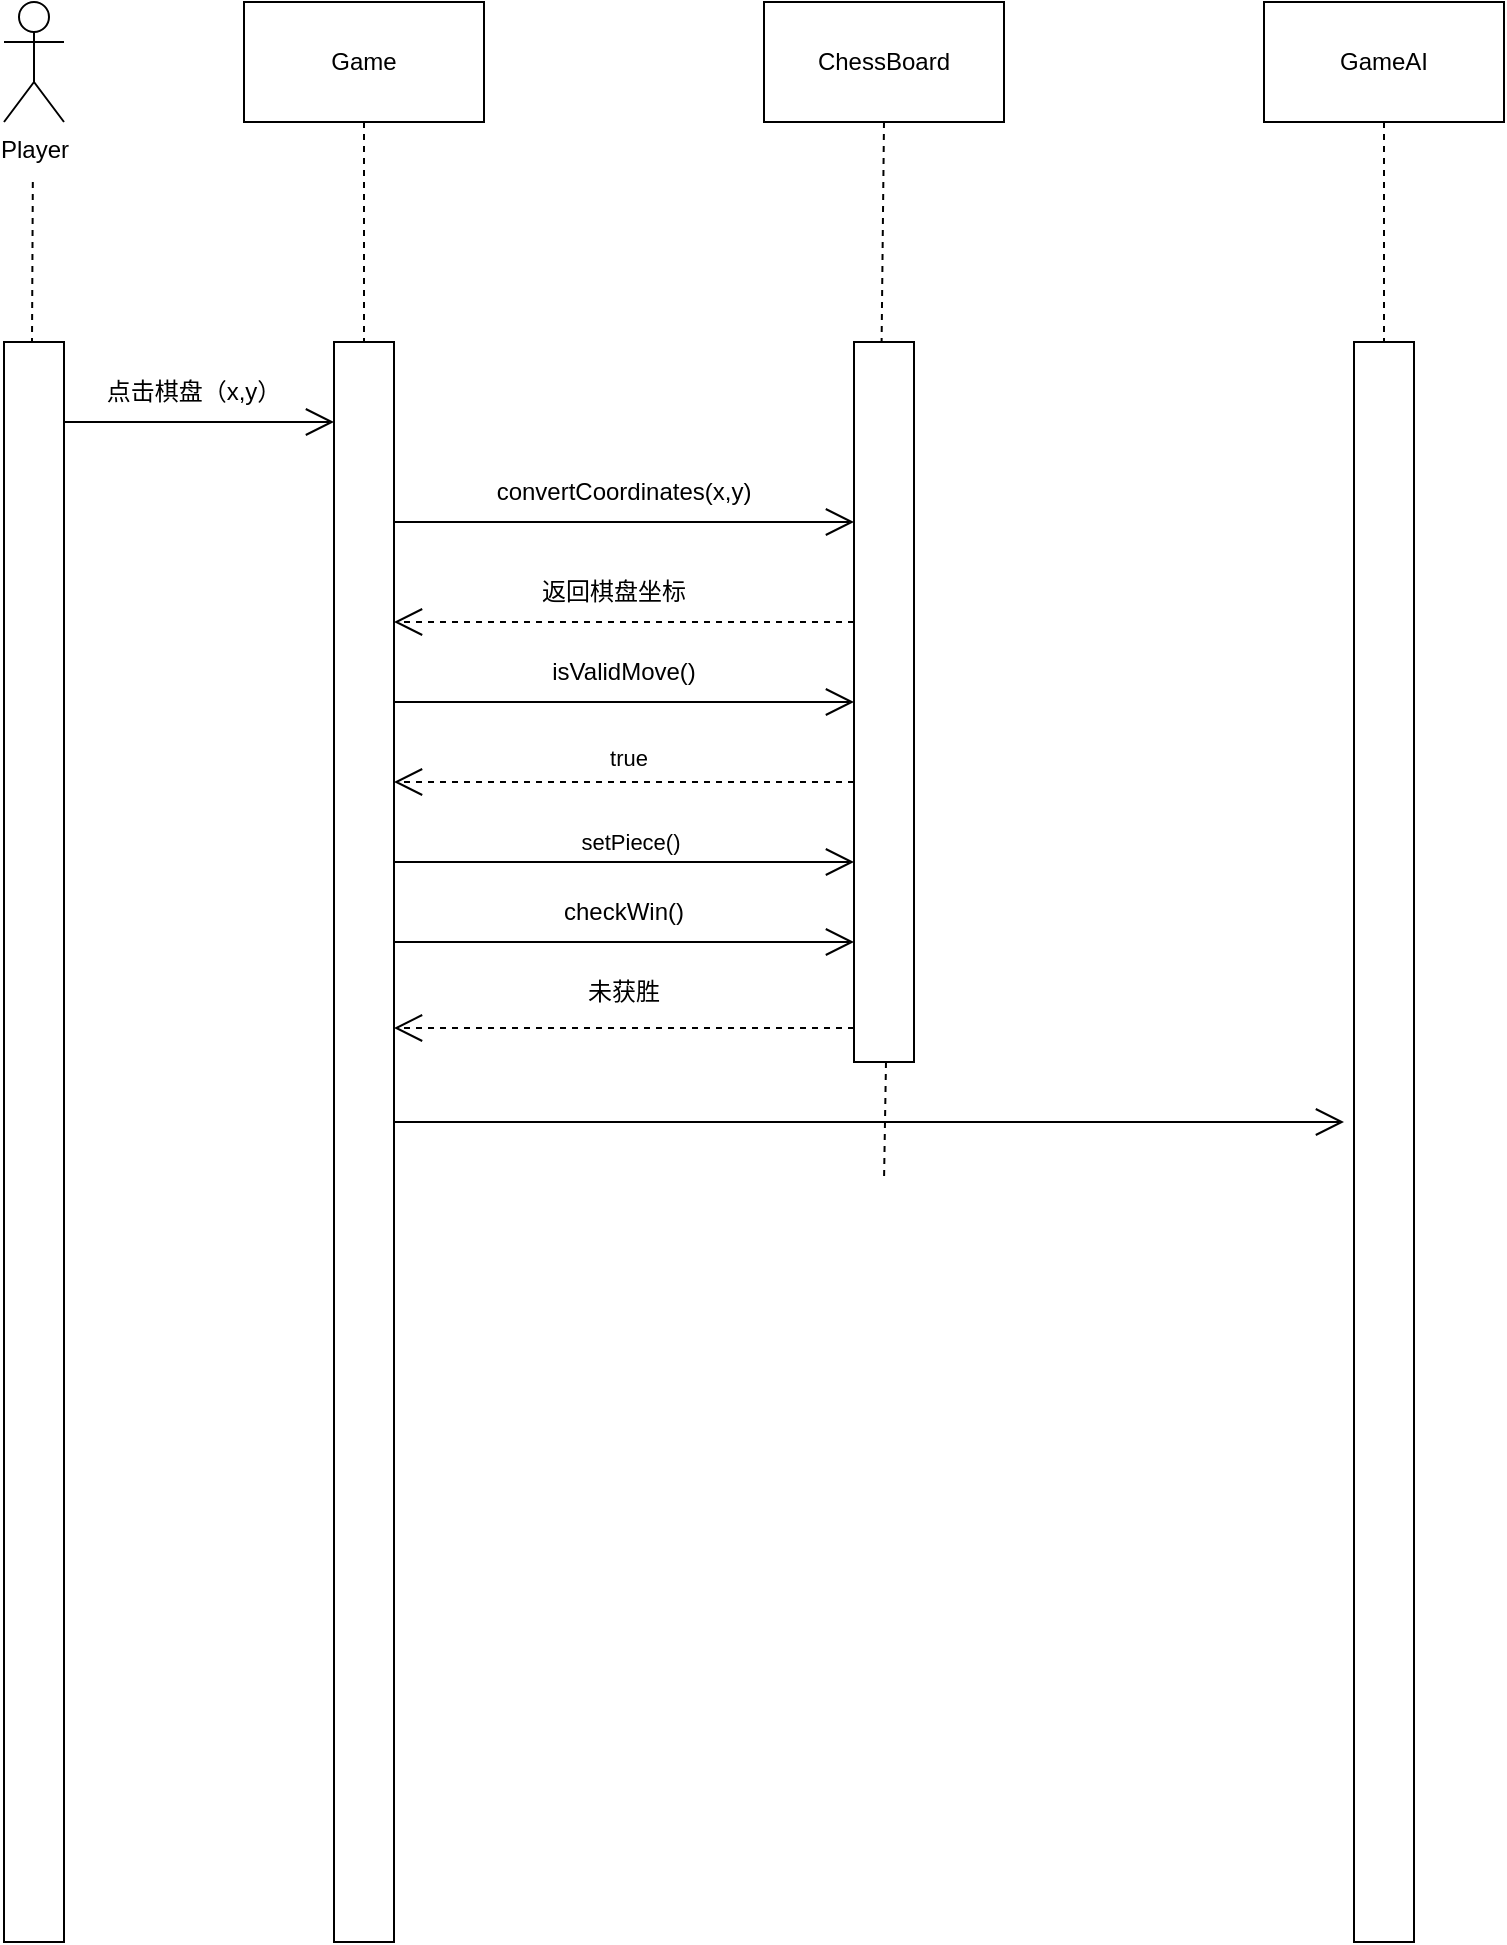
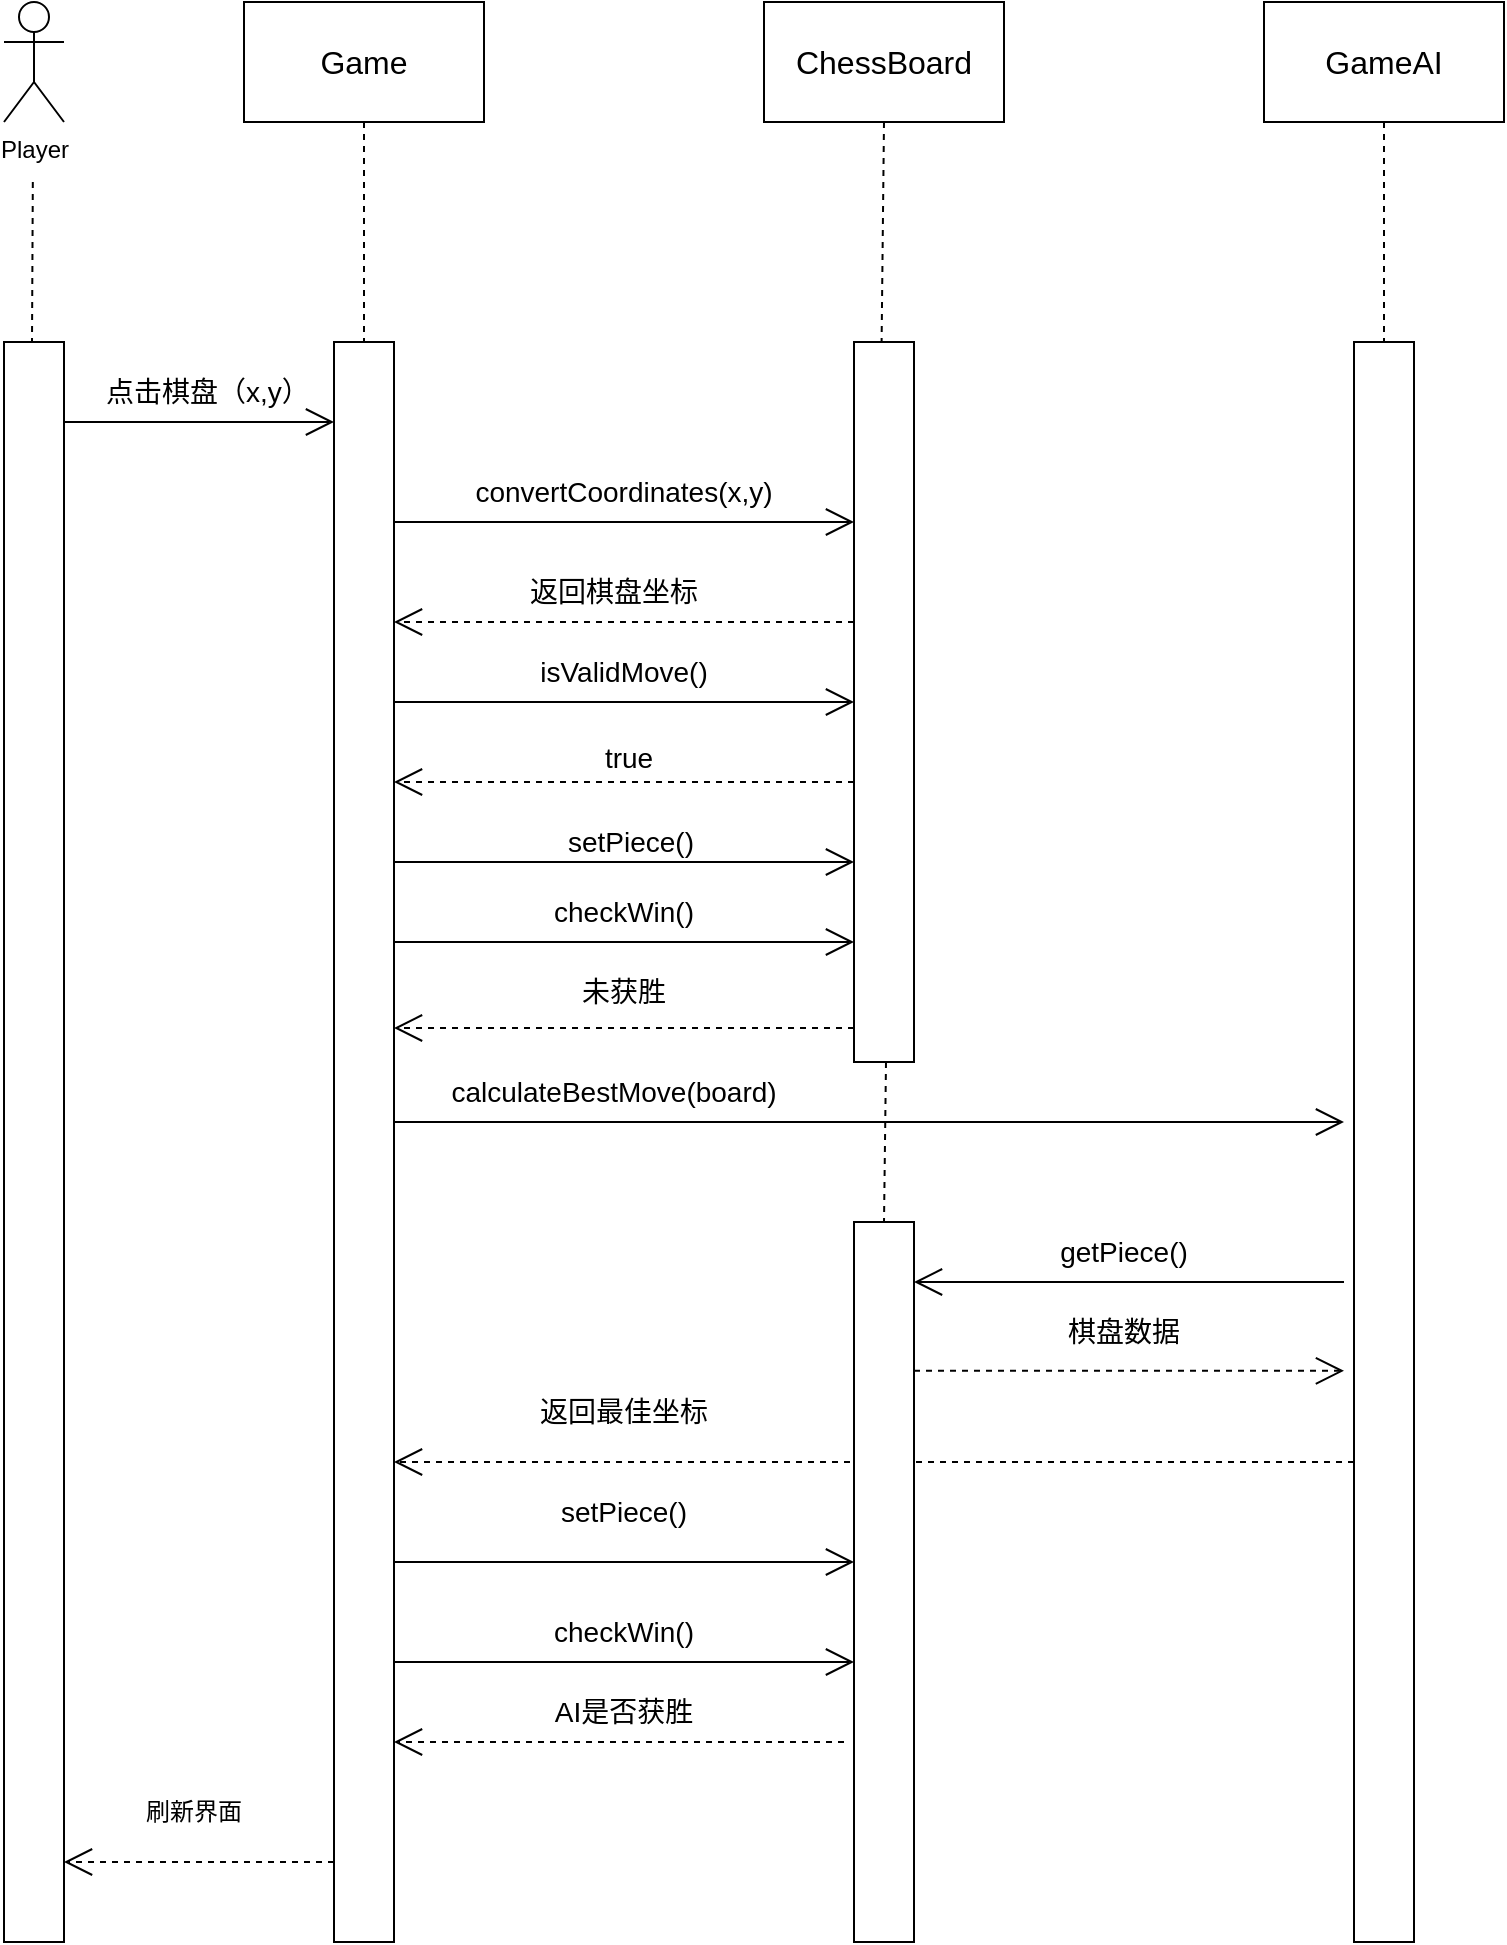
<mxfile host="app.diagrams.net">
  <diagram name="Page-1" id="kKMarLblDcrT6gQCJawM">
-     <mxGraphModel dx="781" dy="1001" grid="1" gridSize="10" guides="1" tooltips="1" connect="1" arrows="1" fold="1" page="1" pageScale="1" pageWidth="827" pageHeight="1169" math="0" shadow="0">
+     <mxGraphModel dx="2000" dy="1322" grid="1" gridSize="10" guides="1" tooltips="1" connect="1" arrows="1" fold="1" page="1" pageScale="1" pageWidth="827" pageHeight="1169" math="0" shadow="0">
      <root>
        <mxCell id="0" />
        <mxCell id="1" parent="0" />
        <mxCell id="A4d9iP-lqMaDSgrmfRq9-1" parent="1" style="shape=umlActor;verticalLabelPosition=bottom;verticalAlign=top;html=1;outlineConnect=0;" value="Player" vertex="1">
          <mxGeometry height="60" width="30" x="30" y="70" as="geometry" />
        </mxCell>
        <mxCell id="EVWPpj86dA3LpDgkbvtX-5" edge="1" parent="1" source="A4d9iP-lqMaDSgrmfRq9-6" style="rounded=0;orthogonalLoop=1;jettySize=auto;html=1;exitX=0.5;exitY=1;exitDx=0;exitDy=0;dashed=1;endArrow=none;endFill=0;" target="EVWPpj86dA3LpDgkbvtX-2">
          <mxGeometry relative="1" as="geometry">
            <mxPoint x="209.58823529411768" y="280" as="targetPoint" />
          </mxGeometry>
        </mxCell>
-         <mxCell id="A4d9iP-lqMaDSgrmfRq9-6" parent="1" style="rounded=0;whiteSpace=wrap;html=1;" value="Game" vertex="1">
+         <mxCell id="A4d9iP-lqMaDSgrmfRq9-6" parent="1" style="rounded=0;whiteSpace=wrap;html=1;" value="&lt;font style=&quot;font-size: 16px;&quot;&gt;Game&lt;/font&gt;" vertex="1">
          <mxGeometry height="60" width="120" x="150" y="70" as="geometry" />
        </mxCell>
-         <mxCell id="A4d9iP-lqMaDSgrmfRq9-7" parent="1" style="rounded=0;whiteSpace=wrap;html=1;" value="ChessBoard" vertex="1">
+         <mxCell id="A4d9iP-lqMaDSgrmfRq9-7" parent="1" style="rounded=0;whiteSpace=wrap;html=1;" value="&lt;font style=&quot;font-size: 16px;&quot;&gt;ChessBoard&lt;/font&gt;" vertex="1">
          <mxGeometry height="60" width="120" x="410" y="70" as="geometry" />
        </mxCell>
        <mxCell id="EVWPpj86dA3LpDgkbvtX-8" edge="1" parent="1" source="A4d9iP-lqMaDSgrmfRq9-8" style="rounded=0;orthogonalLoop=1;jettySize=auto;html=1;exitX=0.5;exitY=1;exitDx=0;exitDy=0;dashed=1;endArrow=none;endFill=0;" target="EVWPpj86dA3LpDgkbvtX-4">
          <mxGeometry relative="1" as="geometry">
            <mxPoint x="720.1764705882354" y="230" as="targetPoint" />
          </mxGeometry>
        </mxCell>
-         <mxCell id="A4d9iP-lqMaDSgrmfRq9-8" parent="1" style="rounded=0;whiteSpace=wrap;html=1;" value="GameAI" vertex="1">
+         <mxCell id="A4d9iP-lqMaDSgrmfRq9-8" parent="1" style="rounded=0;whiteSpace=wrap;html=1;" value="&lt;font style=&quot;font-size: 16px;&quot;&gt;GameAI&lt;/font&gt;" vertex="1">
          <mxGeometry height="60" width="120" x="660" y="70" as="geometry" />
        </mxCell>
        <mxCell id="EVWPpj86dA3LpDgkbvtX-1" parent="1" style="html=1;points=[[0,0,0,0,5],[0,1,0,0,-5],[1,0,0,0,5],[1,1,0,0,-5]];perimeter=orthogonalPerimeter;outlineConnect=0;targetShapes=umlLifeline;portConstraint=eastwest;newEdgeStyle={&quot;curved&quot;:0,&quot;rounded&quot;:0};" value="" vertex="1">
          <mxGeometry height="800" width="30" x="30" y="240" as="geometry" />
        </mxCell>
        <mxCell id="EVWPpj86dA3LpDgkbvtX-2" parent="1" style="html=1;points=[[0,0,0,0,5],[0,1,0,0,-5],[1,0,0,0,5],[1,1,0,0,-5]];perimeter=orthogonalPerimeter;outlineConnect=0;targetShapes=umlLifeline;portConstraint=eastwest;newEdgeStyle={&quot;curved&quot;:0,&quot;rounded&quot;:0};" value="" vertex="1">
          <mxGeometry height="800" width="30" x="195" y="240" as="geometry" />
        </mxCell>
        <mxCell id="EVWPpj86dA3LpDgkbvtX-3" parent="1" style="html=1;points=[[0,0,0,0,5],[0,1,0,0,-5],[1,0,0,0,5],[1,1,0,0,-5]];perimeter=orthogonalPerimeter;outlineConnect=0;targetShapes=umlLifeline;portConstraint=eastwest;newEdgeStyle={&quot;curved&quot;:0,&quot;rounded&quot;:0};" value="" vertex="1">
          <mxGeometry height="360" width="30" x="455" y="240" as="geometry" />
        </mxCell>
        <mxCell id="EVWPpj86dA3LpDgkbvtX-4" parent="1" style="html=1;points=[[0,0,0,0,5],[0,1,0,0,-5],[1,0,0,0,5],[1,1,0,0,-5]];perimeter=orthogonalPerimeter;outlineConnect=0;targetShapes=umlLifeline;portConstraint=eastwest;newEdgeStyle={&quot;curved&quot;:0,&quot;rounded&quot;:0};" value="" vertex="1">
          <mxGeometry height="800" width="30" x="705" y="240" as="geometry" />
        </mxCell>
        <mxCell id="EVWPpj86dA3LpDgkbvtX-7" edge="1" parent="1" source="A4d9iP-lqMaDSgrmfRq9-7" style="rounded=0;orthogonalLoop=1;jettySize=auto;html=1;exitX=0.5;exitY=1;exitDx=0;exitDy=0;entryX=0.46;entryY=0;entryDx=0;entryDy=0;entryPerimeter=0;dashed=1;endArrow=none;endFill=0;" target="EVWPpj86dA3LpDgkbvtX-3">
          <mxGeometry relative="1" as="geometry" />
        </mxCell>
        <mxCell id="EVWPpj86dA3LpDgkbvtX-10" edge="1" parent="1" style="rounded=0;orthogonalLoop=1;jettySize=auto;html=1;exitX=0.5;exitY=1;exitDx=0;exitDy=0;dashed=1;endArrow=none;endFill=0;">
          <mxGeometry relative="1" as="geometry">
            <mxPoint x="44.41" y="160" as="sourcePoint" />
            <mxPoint x="44" y="240" as="targetPoint" />
          </mxGeometry>
        </mxCell>
        <mxCell id="EVWPpj86dA3LpDgkbvtX-11" edge="1" parent="1" style="endArrow=open;endFill=1;endSize=12;html=1;rounded=0;" target="EVWPpj86dA3LpDgkbvtX-2" value="">
          <mxGeometry relative="1" width="160" as="geometry">
            <mxPoint x="60" y="280" as="sourcePoint" />
            <mxPoint x="190" y="280" as="targetPoint" />
          </mxGeometry>
        </mxCell>
-         <mxCell id="EVWPpj86dA3LpDgkbvtX-12" parent="1" style="text;html=1;whiteSpace=wrap;strokeColor=none;fillColor=none;align=center;verticalAlign=middle;rounded=0;" value="点击棋盘（x,y）" vertex="1">
-           <mxGeometry height="30" width="90" x="80" y="250" as="geometry" />
+         <mxCell id="EVWPpj86dA3LpDgkbvtX-12" parent="1" style="text;html=1;whiteSpace=wrap;strokeColor=none;fillColor=none;align=center;verticalAlign=middle;rounded=0;" value="&lt;font style=&quot;font-size: 14px;&quot;&gt;点击棋盘（x,y）&lt;/font&gt;" vertex="1">
+           <mxGeometry height="30" width="100" x="80" y="250" as="geometry" />
        </mxCell>
        <mxCell id="EVWPpj86dA3LpDgkbvtX-13" edge="1" parent="1" style="endArrow=open;endFill=1;endSize=12;html=1;rounded=0;" target="EVWPpj86dA3LpDgkbvtX-3" value="">
          <mxGeometry relative="1" width="160" as="geometry">
            <mxPoint x="225" y="330" as="sourcePoint" />
            <mxPoint x="355" y="330" as="targetPoint" />
          </mxGeometry>
        </mxCell>
-         <mxCell id="EVWPpj86dA3LpDgkbvtX-14" parent="1" style="text;html=1;whiteSpace=wrap;strokeColor=none;fillColor=none;align=center;verticalAlign=middle;rounded=0;" value="convertCoordinates(x,y)" vertex="1">
+         <mxCell id="EVWPpj86dA3LpDgkbvtX-14" parent="1" style="text;html=1;whiteSpace=wrap;strokeColor=none;fillColor=none;align=center;verticalAlign=middle;rounded=0;" value="&lt;font style=&quot;font-size: 14px;&quot;&gt;convertCoordinates(x,y)&lt;/font&gt;" vertex="1">
          <mxGeometry height="30" width="100" x="290" y="300" as="geometry" />
        </mxCell>
        <mxCell id="EVWPpj86dA3LpDgkbvtX-15" edge="1" parent="1" style="endArrow=open;endFill=1;endSize=12;html=1;rounded=0;dashed=1;" value="">
          <mxGeometry relative="1" width="160" as="geometry">
            <mxPoint x="455" y="380" as="sourcePoint" />
            <mxPoint x="225" y="380" as="targetPoint" />
          </mxGeometry>
        </mxCell>
-         <mxCell id="EVWPpj86dA3LpDgkbvtX-16" parent="1" style="text;html=1;whiteSpace=wrap;strokeColor=none;fillColor=none;align=center;verticalAlign=middle;rounded=0;" value="返回棋盘坐标" vertex="1">
+         <mxCell id="EVWPpj86dA3LpDgkbvtX-16" parent="1" style="text;html=1;whiteSpace=wrap;strokeColor=none;fillColor=none;align=center;verticalAlign=middle;rounded=0;" value="&lt;font style=&quot;font-size: 14px;&quot;&gt;返回棋盘坐标&lt;/font&gt;" vertex="1">
          <mxGeometry height="30" width="90" x="290" y="350" as="geometry" />
        </mxCell>
        <mxCell id="EVWPpj86dA3LpDgkbvtX-18" edge="1" parent="1" style="endArrow=open;endFill=1;endSize=12;html=1;rounded=0;" value="">
          <mxGeometry relative="1" width="160" as="geometry">
            <mxPoint x="225" y="420" as="sourcePoint" />
            <mxPoint x="455" y="420" as="targetPoint" />
          </mxGeometry>
        </mxCell>
-         <mxCell id="EVWPpj86dA3LpDgkbvtX-19" parent="1" style="text;html=1;whiteSpace=wrap;strokeColor=none;fillColor=none;align=center;verticalAlign=middle;rounded=0;" value="isValidMove()" vertex="1">
+         <mxCell id="EVWPpj86dA3LpDgkbvtX-19" parent="1" style="text;html=1;whiteSpace=wrap;strokeColor=none;fillColor=none;align=center;verticalAlign=middle;rounded=0;" value="&lt;font style=&quot;font-size: 14px;&quot;&gt;isValidMove()&lt;/font&gt;" vertex="1">
          <mxGeometry height="30" width="60" x="310" y="390" as="geometry" />
        </mxCell>
        <mxCell id="EVWPpj86dA3LpDgkbvtX-20" edge="1" parent="1" style="endArrow=open;endFill=1;endSize=12;html=1;rounded=0;dashed=1;" value="">
          <mxGeometry relative="1" width="160" as="geometry">
            <mxPoint x="455" y="460" as="sourcePoint" />
            <mxPoint x="225" y="460" as="targetPoint" />
          </mxGeometry>
        </mxCell>
-         <mxCell id="EVWPpj86dA3LpDgkbvtX-21" connectable="0" parent="EVWPpj86dA3LpDgkbvtX-20" style="edgeLabel;html=1;align=center;verticalAlign=middle;resizable=0;points=[];" value="true" vertex="1">
+         <mxCell id="EVWPpj86dA3LpDgkbvtX-21" connectable="0" parent="EVWPpj86dA3LpDgkbvtX-20" style="edgeLabel;html=1;align=center;verticalAlign=middle;resizable=0;points=[];" value="&lt;font style=&quot;font-size: 14px;&quot;&gt;true&lt;/font&gt;" vertex="1">
          <mxGeometry relative="1" x="-0.0186" y="-12" as="geometry">
            <mxPoint as="offset" />
          </mxGeometry>
        </mxCell>
        <mxCell id="EVWPpj86dA3LpDgkbvtX-22" edge="1" parent="1" style="endArrow=open;endFill=1;endSize=12;html=1;rounded=0;" value="">
          <mxGeometry relative="1" width="160" as="geometry">
            <mxPoint x="225" y="500" as="sourcePoint" />
            <mxPoint x="455" y="500" as="targetPoint" />
          </mxGeometry>
        </mxCell>
-         <mxCell id="EVWPpj86dA3LpDgkbvtX-23" connectable="0" parent="EVWPpj86dA3LpDgkbvtX-22" style="edgeLabel;html=1;align=center;verticalAlign=middle;resizable=0;points=[];" value="setPiece()" vertex="1">
+         <mxCell id="EVWPpj86dA3LpDgkbvtX-23" connectable="0" parent="EVWPpj86dA3LpDgkbvtX-22" style="edgeLabel;html=1;align=center;verticalAlign=middle;resizable=0;points=[];" value="&lt;font style=&quot;font-size: 14px;&quot;&gt;setPiece()&lt;/font&gt;" vertex="1">
          <mxGeometry relative="1" x="0.0288" y="10" as="geometry">
            <mxPoint x="-1" as="offset" />
          </mxGeometry>
        </mxCell>
        <mxCell id="EVWPpj86dA3LpDgkbvtX-24" edge="1" parent="1" style="endArrow=open;endFill=1;endSize=12;html=1;rounded=0;" value="">
          <mxGeometry relative="1" width="160" as="geometry">
            <mxPoint x="225" y="540" as="sourcePoint" />
            <mxPoint x="455" y="540" as="targetPoint" />
          </mxGeometry>
        </mxCell>
-         <mxCell id="EVWPpj86dA3LpDgkbvtX-25" parent="1" style="text;html=1;whiteSpace=wrap;strokeColor=none;fillColor=none;align=center;verticalAlign=middle;rounded=0;" value="checkWin()" vertex="1">
+         <mxCell id="EVWPpj86dA3LpDgkbvtX-25" parent="1" style="text;html=1;whiteSpace=wrap;strokeColor=none;fillColor=none;align=center;verticalAlign=middle;rounded=0;" value="&lt;font style=&quot;font-size: 14px;&quot;&gt;checkWin()&lt;/font&gt;" vertex="1">
          <mxGeometry height="30" width="60" x="310" y="510" as="geometry" />
        </mxCell>
        <mxCell id="EVWPpj86dA3LpDgkbvtX-26" edge="1" parent="1" style="endArrow=open;endFill=1;endSize=12;html=1;rounded=0;dashed=1;" value="">
          <mxGeometry relative="1" width="160" as="geometry">
            <mxPoint x="455" y="583" as="sourcePoint" />
            <mxPoint x="225" y="583" as="targetPoint" />
          </mxGeometry>
        </mxCell>
-         <mxCell id="EVWPpj86dA3LpDgkbvtX-28" parent="1" style="text;html=1;whiteSpace=wrap;strokeColor=none;fillColor=none;align=center;verticalAlign=middle;rounded=0;" value="未获胜" vertex="1">
+         <mxCell id="EVWPpj86dA3LpDgkbvtX-28" parent="1" style="text;html=1;whiteSpace=wrap;strokeColor=none;fillColor=none;align=center;verticalAlign=middle;rounded=0;" value="&lt;font style=&quot;font-size: 14px;&quot;&gt;未获胜&lt;/font&gt;" vertex="1">
          <mxGeometry height="30" width="60" x="310" y="550" as="geometry" />
        </mxCell>
        <mxCell id="EVWPpj86dA3LpDgkbvtX-29" edge="1" parent="1" style="rounded=0;orthogonalLoop=1;jettySize=auto;html=1;exitX=0.5;exitY=1;exitDx=0;exitDy=0;dashed=1;endArrow=none;endFill=0;">
          <mxGeometry relative="1" as="geometry">
            <mxPoint x="471" y="600" as="sourcePoint" />
-             <mxPoint x="470" y="660" as="targetPoint" />
+             <mxPoint x="470" y="680" as="targetPoint" />
          </mxGeometry>
        </mxCell>
        <mxCell id="EVWPpj86dA3LpDgkbvtX-30" edge="1" parent="1" style="endArrow=open;endFill=1;endSize=12;html=1;rounded=0;" value="">
          <mxGeometry relative="1" width="160" as="geometry">
            <mxPoint x="225" y="630" as="sourcePoint" />
            <mxPoint x="700" y="630" as="targetPoint" />
          </mxGeometry>
+         </mxCell>
+         <mxCell id="EVWPpj86dA3LpDgkbvtX-32" edge="1" parent="1" style="endArrow=open;endFill=1;endSize=12;html=1;rounded=0;dashed=1;" value="">
+           <mxGeometry relative="1" width="160" as="geometry">
+             <mxPoint x="705" y="800" as="sourcePoint" />
+             <mxPoint x="225" y="800" as="targetPoint" />
+           </mxGeometry>
+         </mxCell>
+         <mxCell id="EVWPpj86dA3LpDgkbvtX-33" parent="1" style="text;html=1;whiteSpace=wrap;strokeColor=none;fillColor=none;align=center;verticalAlign=middle;rounded=0;" value="&lt;font style=&quot;font-size: 14px;&quot;&gt;返回最佳坐标&lt;/font&gt;" vertex="1">
+           <mxGeometry height="30" width="90" x="295" y="760" as="geometry" />
+         </mxCell>
+         <mxCell id="EVWPpj86dA3LpDgkbvtX-34" parent="1" style="text;html=1;whiteSpace=wrap;strokeColor=none;fillColor=none;align=center;verticalAlign=middle;rounded=0;" value="&lt;font style=&quot;font-size: 14px;&quot;&gt;calculateBestMove(board)&lt;/font&gt;" vertex="1">
+           <mxGeometry height="30" width="60" x="305" y="600" as="geometry" />
+         </mxCell>
+         <mxCell id="EVWPpj86dA3LpDgkbvtX-31" parent="1" style="html=1;points=[[0,0,0,0,5],[0,1,0,0,-5],[1,0,0,0,5],[1,1,0,0,-5]];perimeter=orthogonalPerimeter;outlineConnect=0;targetShapes=umlLifeline;portConstraint=eastwest;newEdgeStyle={&quot;curved&quot;:0,&quot;rounded&quot;:0};" value="" vertex="1">
+           <mxGeometry height="360" width="30" x="455" y="680" as="geometry" />
+         </mxCell>
+         <mxCell id="EVWPpj86dA3LpDgkbvtX-35" edge="1" parent="1" style="endArrow=open;endFill=1;endSize=12;html=1;rounded=0;" value="">
+           <mxGeometry relative="1" width="160" as="geometry">
+             <mxPoint x="700" y="710" as="sourcePoint" />
+             <mxPoint x="485" y="710" as="targetPoint" />
+           </mxGeometry>
+         </mxCell>
+         <mxCell id="EVWPpj86dA3LpDgkbvtX-36" parent="1" style="text;html=1;whiteSpace=wrap;strokeColor=none;fillColor=none;align=center;verticalAlign=middle;rounded=0;" value="&lt;font style=&quot;font-size: 14px;&quot;&gt;getPiece()&lt;/font&gt;" vertex="1">
+           <mxGeometry height="30" width="60" x="560" y="680" as="geometry" />
+         </mxCell>
+         <mxCell id="EVWPpj86dA3LpDgkbvtX-37" edge="1" parent="1" style="endArrow=open;endFill=1;endSize=12;html=1;rounded=0;dashed=1;" value="">
+           <mxGeometry relative="1" width="160" as="geometry">
+             <mxPoint x="485" y="754.41" as="sourcePoint" />
+             <mxPoint x="700" y="754.41" as="targetPoint" />
+           </mxGeometry>
+         </mxCell>
+         <mxCell id="EVWPpj86dA3LpDgkbvtX-38" parent="1" style="text;html=1;whiteSpace=wrap;strokeColor=none;fillColor=none;align=center;verticalAlign=middle;rounded=0;" value="&lt;font style=&quot;font-size: 14px;&quot;&gt;棋盘数据&lt;/font&gt;" vertex="1">
+           <mxGeometry height="30" width="60" x="560" y="720" as="geometry" />
+         </mxCell>
+         <mxCell id="EVWPpj86dA3LpDgkbvtX-40" edge="1" parent="1" style="endArrow=open;endFill=1;endSize=12;html=1;rounded=0;" value="">
+           <mxGeometry relative="1" width="160" as="geometry">
+             <mxPoint x="225" y="850" as="sourcePoint" />
+             <mxPoint x="455" y="850" as="targetPoint" />
+           </mxGeometry>
+         </mxCell>
+         <mxCell id="EVWPpj86dA3LpDgkbvtX-41" parent="1" style="text;html=1;whiteSpace=wrap;strokeColor=none;fillColor=none;align=center;verticalAlign=middle;rounded=0;" value="&lt;font style=&quot;font-size: 14px;&quot;&gt;setPiece()&lt;/font&gt;" vertex="1">
+           <mxGeometry height="30" width="60" x="310" y="810" as="geometry" />
+         </mxCell>
+         <mxCell id="EVWPpj86dA3LpDgkbvtX-43" edge="1" parent="1" style="endArrow=open;endFill=1;endSize=12;html=1;rounded=0;" value="">
+           <mxGeometry relative="1" width="160" as="geometry">
+             <mxPoint x="225" y="900" as="sourcePoint" />
+             <mxPoint x="455" y="900" as="targetPoint" />
+           </mxGeometry>
+         </mxCell>
+         <mxCell id="EVWPpj86dA3LpDgkbvtX-44" parent="1" style="text;html=1;whiteSpace=wrap;strokeColor=none;fillColor=none;align=center;verticalAlign=middle;rounded=0;" value="&lt;font style=&quot;font-size: 14px;&quot;&gt;checkWin()&lt;/font&gt;" vertex="1">
+           <mxGeometry height="30" width="60" x="310" y="870" as="geometry" />
+         </mxCell>
+         <mxCell id="EVWPpj86dA3LpDgkbvtX-45" edge="1" parent="1" style="endArrow=open;endFill=1;endSize=12;html=1;rounded=0;dashed=1;" value="">
+           <mxGeometry relative="1" width="160" as="geometry">
+             <mxPoint x="450" y="940" as="sourcePoint" />
+             <mxPoint x="225" y="940" as="targetPoint" />
+           </mxGeometry>
+         </mxCell>
+         <mxCell id="EVWPpj86dA3LpDgkbvtX-46" parent="1" style="text;html=1;whiteSpace=wrap;strokeColor=none;fillColor=none;align=center;verticalAlign=middle;rounded=0;" value="&lt;font style=&quot;font-size: 14px;&quot;&gt;AI是否获胜&lt;/font&gt;" vertex="1">
+           <mxGeometry height="30" width="80" x="300" y="910" as="geometry" />
+         </mxCell>
+         <mxCell id="EVWPpj86dA3LpDgkbvtX-47" edge="1" parent="1" source="EVWPpj86dA3LpDgkbvtX-2" style="endArrow=open;endFill=1;endSize=12;html=1;rounded=0;dashed=1;" value="">
+           <mxGeometry relative="1" width="160" as="geometry">
+             <mxPoint x="285" y="1000" as="sourcePoint" />
+             <mxPoint x="60" y="1000" as="targetPoint" />
+           </mxGeometry>
+         </mxCell>
+         <mxCell id="EVWPpj86dA3LpDgkbvtX-48" parent="1" style="text;html=1;whiteSpace=wrap;strokeColor=none;fillColor=none;align=center;verticalAlign=middle;rounded=0;" value="刷新界面" vertex="1">
+           <mxGeometry height="30" width="60" x="95" y="960" as="geometry" />
        </mxCell>
      </root>
    </mxGraphModel>
  </diagram>
</mxfile>
